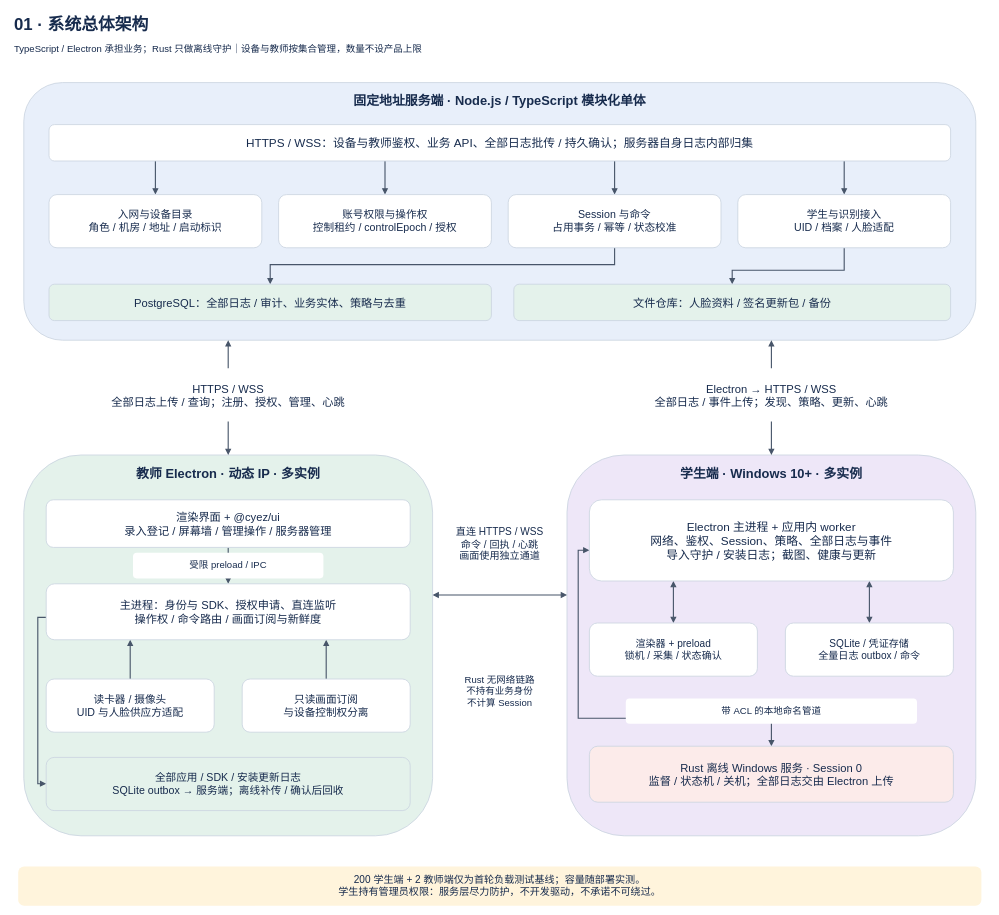
Above: page "01 · 系统总体架构" (1 of 10) of docs/architecture.drawio in lmyzzzz/cyez-library-management (draw.io), before the change. Source tidied: cells renumbered, new cells numbered last; positions are measured from the earlier drawing's top-left corner, leaving out a move shared by most shapes. Both pictures are drawn from the tidied source at 56%, with x=0, y=0 at pixel (10, 10).
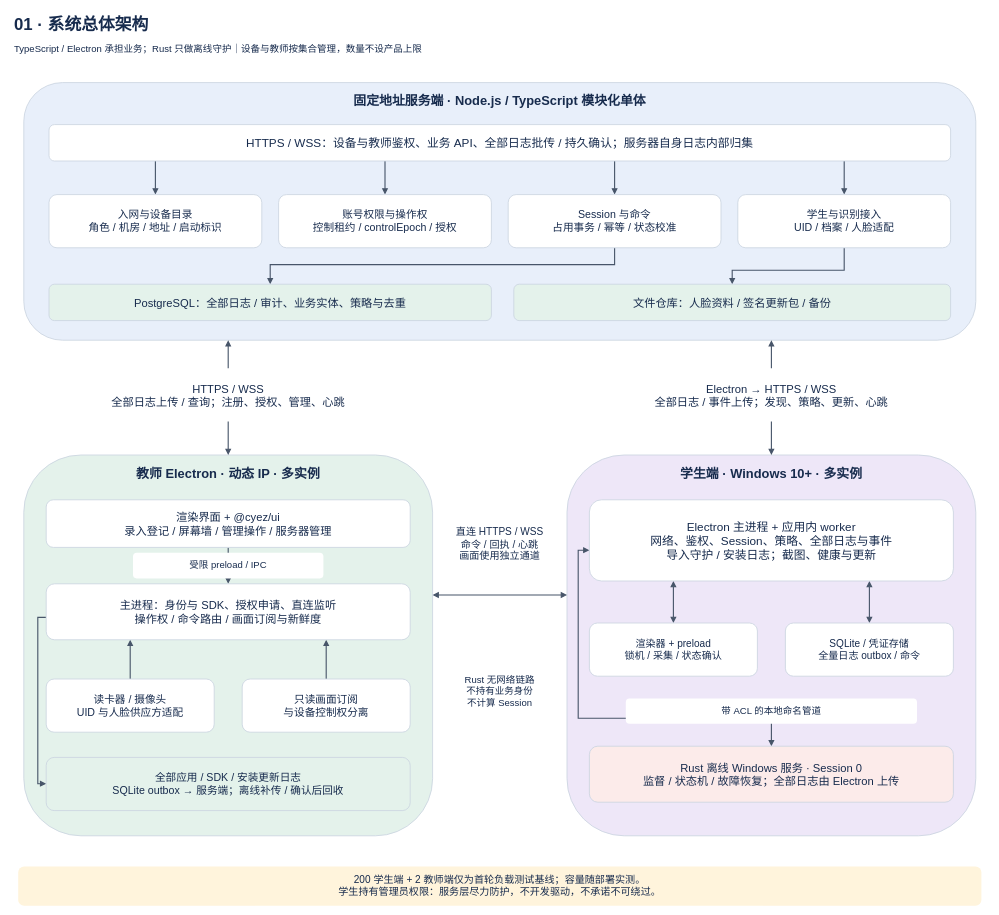
Above is the later version.

What changed in the source:
```diff
@@
-    <mxCell id="42" value="Rust 离线 Windows 服务 · Session 0&#10;监督 / 状态机 / 关机；全部日志交由 Electron 上传" style="rounded=1;whiteSpace=wrap;html=0;fillColor=#fcebea;strokeColor=#cbd5e1;strokeWidth=1.5;fontColor=#172b4d;fontFamily=Microsoft YaHei;fontSize=20;fontStyle=0;align=center;verticalAlign=middle;spacing=8;" parent="1" vertex="1">
+    <mxCell id="42" value="Rust 离线 Windows 服务 · Session 0&#10;监督 / 状态机 / 故障恢复；全部日志由 Electron 上传" style="rounded=1;whiteSpace=wrap;html=0;fillColor=#fcebea;strokeColor=#cbd5e1;strokeWidth=1.5;fontColor=#172b4d;fontFamily=Microsoft YaHei;fontSize=20;fontStyle=0;align=center;verticalAlign=middle;spacing=8;" parent="1" vertex="1">
       <mxGeometry x="1035" y="1315" width="650" height="100" as="geometry" />
     </mxCell>
```
